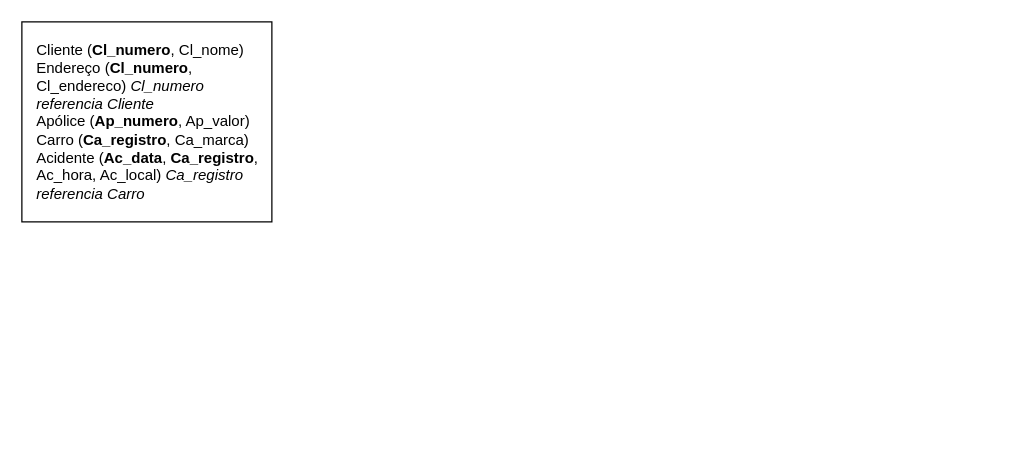
This is page "Ex-1-Lógico" (2 of 2) of Lista6_16-05/Lista6.drawio from andreeeeeeeee/Engenharia_Software, a draw.io file, before an edit. Source tidied: cells renumbered, new cells numbered last; positions are measured from the earlier drawing's top-left corner, leaving out a move shared by most shapes. Both pictures are drawn from the tidied source at 125%, with x=0, y=0 at pixel (21, 21).
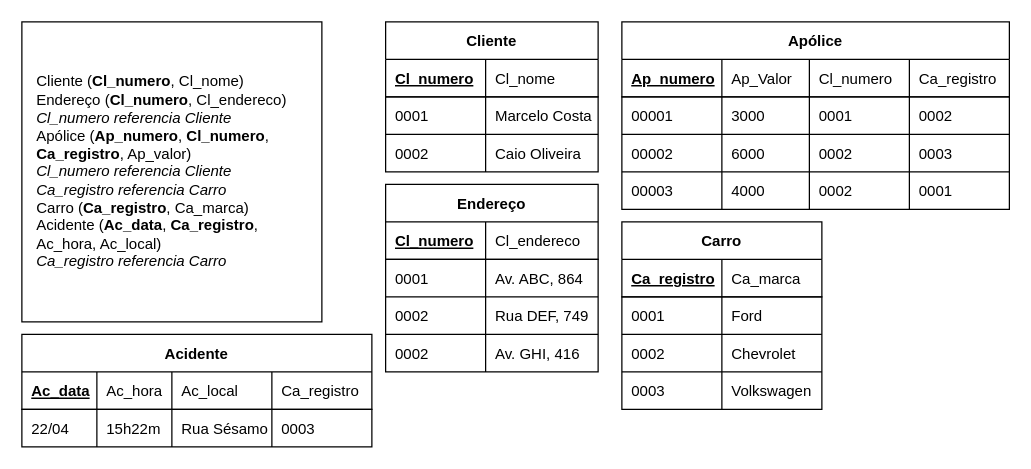
The same diagram, later.

Change to the diagram source:
```diff
@@
     <mxCell id="2" style="rounded=0;whiteSpace=wrap;html=1;" parent="1" vertex="1">
-      <mxGeometry width="200" height="160" as="geometry" />
+      <mxGeometry width="240" height="240" as="geometry" />
     </mxCell>
-    <mxCell id="3" value="&lt;div style=&quot;&quot;&gt;&lt;span style=&quot;background-color: initial;&quot;&gt;Cliente (&lt;b&gt;Cl_numero&lt;/b&gt;, Cl_nome)&lt;/span&gt;&lt;/div&gt;&lt;div style=&quot;&quot;&gt;&lt;span style=&quot;background-color: initial;&quot;&gt;Endereço (&lt;b&gt;Cl_numero&lt;/b&gt;, Cl_endereco) &lt;i&gt;Cl_numero referencia Cliente&lt;/i&gt;&lt;/span&gt;&lt;/div&gt;&lt;div style=&quot;&quot;&gt;&lt;span style=&quot;background-color: initial;&quot;&gt;Apólice (&lt;b&gt;Ap_numero&lt;/b&gt;, Ap_valor)&lt;/span&gt;&lt;/div&gt;&lt;div style=&quot;&quot;&gt;&lt;span style=&quot;background-color: initial;&quot;&gt;Carro (&lt;b&gt;Ca_registro&lt;/b&gt;, Ca_marca)&lt;/span&gt;&lt;/div&gt;&lt;div style=&quot;&quot;&gt;&lt;span style=&quot;background-color: initial;&quot;&gt;Acidente (&lt;b&gt;Ac_data&lt;/b&gt;, &lt;b&gt;Ca_registro&lt;/b&gt;, Ac_hora, Ac_local) &lt;i&gt;Ca_registro referencia Carro&lt;/i&gt;&lt;/span&gt;&lt;/div&gt;" style="text;html=1;strokeColor=none;fillColor=none;align=left;verticalAlign=middle;whiteSpace=wrap;rounded=0;" parent="1" vertex="1">
-      <mxGeometry x="10" y="10" width="180" height="140" as="geometry" />
+    <mxCell id="3" value="&lt;div style=&quot;&quot;&gt;&lt;span style=&quot;background-color: initial;&quot;&gt;Cliente (&lt;b&gt;Cl_numero&lt;/b&gt;, Cl_nome)&lt;/span&gt;&lt;/div&gt;&lt;div style=&quot;&quot;&gt;&lt;span style=&quot;background-color: initial;&quot;&gt;Endereço (&lt;b&gt;Cl_numero&lt;/b&gt;, Cl_endereco)&lt;/span&gt;&lt;/div&gt;&lt;div style=&quot;&quot;&gt;&lt;span style=&quot;background-color: initial;&quot;&gt;&lt;i&gt;Cl_numero referencia Cliente&lt;/i&gt;&lt;/span&gt;&lt;/div&gt;&lt;div style=&quot;&quot;&gt;&lt;span style=&quot;background-color: initial;&quot;&gt;Apólice (&lt;b&gt;Ap_numero&lt;/b&gt;, &lt;b&gt;Cl_numero&lt;/b&gt;, &lt;b&gt;Ca_registro&lt;/b&gt;, Ap_valor)&lt;/span&gt;&lt;/div&gt;&lt;div style=&quot;&quot;&gt;&lt;span style=&quot;background-color: initial;&quot;&gt;&lt;i&gt;Cl_numero referencia Cliente&lt;/i&gt;&lt;/span&gt;&lt;/div&gt;&lt;div style=&quot;&quot;&gt;&lt;span style=&quot;background-color: initial;&quot;&gt;&lt;i&gt;Ca_registro referencia Carro&lt;/i&gt;&lt;/span&gt;&lt;/div&gt;&lt;div style=&quot;&quot;&gt;&lt;span style=&quot;background-color: initial;&quot;&gt;Carro (&lt;b&gt;Ca_registro&lt;/b&gt;, Ca_marca)&lt;/span&gt;&lt;/div&gt;&lt;div style=&quot;&quot;&gt;&lt;span style=&quot;background-color: initial;&quot;&gt;Acidente (&lt;b&gt;Ac_data&lt;/b&gt;, &lt;b&gt;Ca_registro&lt;/b&gt;, Ac_hora, Ac_local)&lt;/span&gt;&lt;/div&gt;&lt;div style=&quot;&quot;&gt;&lt;span style=&quot;background-color: initial;&quot;&gt;&lt;i&gt;Ca_registro referencia Carro&lt;/i&gt;&lt;/span&gt;&lt;/div&gt;" style="text;html=1;strokeColor=none;fillColor=none;align=left;verticalAlign=middle;whiteSpace=wrap;rounded=0;" parent="1" vertex="1">
+      <mxGeometry x="10" y="10" width="220" height="220" as="geometry" />
     </mxCell>
+    <mxCell id="4" value="Cliente" style="shape=table;startSize=30;childLayout=tableLayout;rowLines=1;fontStyle=1;align=center;swimlaneLine=1;shadow=0;sketch=0;swimlaneFillColor=default;gradientColor=none;columnLines=1;" parent="1" vertex="1">
+      <mxGeometry x="291" width="170" height="120" as="geometry" />
+    </mxCell>
+    <mxCell id="5" style="shape=tableRow;horizontal=0;startSize=0;swimlaneHead=0;swimlaneBody=0;fillColor=none;top=0;left=0;right=0;bottom=1;" parent="4" vertex="1">
+      <mxGeometry y="30" width="170" height="30" as="geometry" />
+    </mxCell>
+    <mxCell id="6" value="Cl_numero" style="shape=partialRectangle;fillColor=none;top=0;left=0;bottom=0;right=0;align=left;spacingLeft=6;fontStyle=5;overflow=hidden;" parent="5" vertex="1">
+      <mxGeometry width="80" height="30" as="geometry" />
+    </mxCell>
+    <mxCell id="7" value="Cl_nome" style="shape=partialRectangle;fillColor=none;top=0;left=0;bottom=0;right=0;align=left;spacingLeft=6;fontStyle=0;overflow=hidden;" parent="5" vertex="1">
+      <mxGeometry x="80" width="90" height="30" as="geometry" />
+    </mxCell>
+    <mxCell id="8" style="shape=tableRow;horizontal=0;startSize=0;swimlaneHead=0;swimlaneBody=0;fillColor=none;top=0;left=0;right=0;bottom=0;" parent="4" vertex="1">
+      <mxGeometry y="60" width="170" height="30" as="geometry" />
+    </mxCell>
+    <mxCell id="9" value="0001" style="shape=partialRectangle;fillColor=none;top=0;left=0;bottom=0;right=0;align=left;spacingLeft=6;overflow=hidden;" parent="8" vertex="1">
+      <mxGeometry width="80" height="30" as="geometry" />
+    </mxCell>
+    <mxCell id="10" value="Marcelo Costa" style="shape=partialRectangle;fillColor=none;top=0;left=0;bottom=0;right=0;align=left;spacingLeft=6;overflow=hidden;" parent="8" vertex="1">
+      <mxGeometry x="80" width="90" height="30" as="geometry" />
+    </mxCell>
+    <mxCell id="11" style="shape=tableRow;horizontal=0;startSize=0;swimlaneHead=0;swimlaneBody=0;fillColor=none;top=0;left=0;right=0;bottom=0;" parent="4" vertex="1">
+      <mxGeometry y="90" width="170" height="30" as="geometry" />
+    </mxCell>
+    <mxCell id="12" value="0002" style="shape=partialRectangle;fillColor=none;top=0;left=0;bottom=0;right=0;align=left;spacingLeft=6;overflow=hidden;" parent="11" vertex="1">
+      <mxGeometry width="80" height="30" as="geometry" />
+    </mxCell>
+    <mxCell id="13" value="Caio Oliveira" style="shape=partialRectangle;fillColor=none;top=0;left=0;bottom=0;right=0;align=left;spacingLeft=6;overflow=hidden;" parent="11" vertex="1">
+      <mxGeometry x="80" width="90" height="30" as="geometry" />
+    </mxCell>
+    <mxCell id="14" value="Endereço" style="shape=table;startSize=30;childLayout=tableLayout;rowLines=1;fontStyle=1;align=center;swimlaneLine=1;shadow=0;sketch=0;swimlaneFillColor=default;gradientColor=none;columnLines=1;" parent="1" vertex="1">
+      <mxGeometry x="291" y="130" width="170" height="150" as="geometry" />
+    </mxCell>
+    <mxCell id="15" style="shape=tableRow;horizontal=0;startSize=0;swimlaneHead=0;swimlaneBody=0;fillColor=none;top=0;left=0;right=0;bottom=1;" parent="14" vertex="1">
+      <mxGeometry y="30" width="170" height="30" as="geometry" />
+    </mxCell>
+    <mxCell id="16" value="Cl_numero" style="shape=partialRectangle;fillColor=none;top=0;left=0;bottom=0;right=0;align=left;spacingLeft=6;fontStyle=5;overflow=hidden;" parent="15" vertex="1">
+      <mxGeometry width="80" height="30" as="geometry" />
+    </mxCell>
+    <mxCell id="17" value="Cl_endereco" style="shape=partialRectangle;fillColor=none;top=0;left=0;bottom=0;right=0;align=left;spacingLeft=6;fontStyle=0;overflow=hidden;" parent="15" vertex="1">
+      <mxGeometry x="80" width="90" height="30" as="geometry" />
+    </mxCell>
+    <mxCell id="18" style="shape=tableRow;horizontal=0;startSize=0;swimlaneHead=0;swimlaneBody=0;fillColor=none;top=0;left=0;right=0;bottom=0;" parent="14" vertex="1">
+      <mxGeometry y="60" width="170" height="30" as="geometry" />
+    </mxCell>
+    <mxCell id="19" value="0001" style="shape=partialRectangle;fillColor=none;top=0;left=0;bottom=0;right=0;align=left;spacingLeft=6;overflow=hidden;" parent="18" vertex="1">
+      <mxGeometry width="80" height="30" as="geometry" />
+    </mxCell>
+    <mxCell id="20" value="Av. ABC, 864" style="shape=partialRectangle;fillColor=none;top=0;left=0;bottom=0;right=0;align=left;spacingLeft=6;overflow=hidden;" parent="18" vertex="1">
+      <mxGeometry x="80" width="90" height="30" as="geometry" />
+    </mxCell>
+    <mxCell id="21" style="shape=tableRow;horizontal=0;startSize=0;swimlaneHead=0;swimlaneBody=0;fillColor=none;top=0;left=0;right=0;bottom=0;" parent="14" vertex="1">
+      <mxGeometry y="90" width="170" height="30" as="geometry" />
+    </mxCell>
+    <mxCell id="22" value="0002" style="shape=partialRectangle;fillColor=none;top=0;left=0;bottom=0;right=0;align=left;spacingLeft=6;overflow=hidden;" parent="21" vertex="1">
+      <mxGeometry width="80" height="30" as="geometry" />
+    </mxCell>
+    <mxCell id="23" value="Rua DEF, 749" style="shape=partialRectangle;fillColor=none;top=0;left=0;bottom=0;right=0;align=left;spacingLeft=6;overflow=hidden;" parent="21" vertex="1">
+      <mxGeometry x="80" width="90" height="30" as="geometry" />
+    </mxCell>
+    <mxCell id="24" style="shape=tableRow;horizontal=0;startSize=0;swimlaneHead=0;swimlaneBody=0;fillColor=none;top=0;left=0;right=0;bottom=0;" parent="14" vertex="1">
+      <mxGeometry y="120" width="170" height="30" as="geometry" />
+    </mxCell>
+    <mxCell id="25" value="0002" style="shape=partialRectangle;fillColor=none;top=0;left=0;bottom=0;right=0;align=left;spacingLeft=6;overflow=hidden;" parent="24" vertex="1">
+      <mxGeometry width="80" height="30" as="geometry" />
+    </mxCell>
+    <mxCell id="26" value="Av. GHI, 416" style="shape=partialRectangle;fillColor=none;top=0;left=0;bottom=0;right=0;align=left;spacingLeft=6;overflow=hidden;" parent="24" vertex="1">
+      <mxGeometry x="80" width="90" height="30" as="geometry" />
+    </mxCell>
+    <mxCell id="27" value="Apólice" style="shape=table;startSize=30;childLayout=tableLayout;rowLines=1;fontStyle=1;align=center;swimlaneLine=1;shadow=0;sketch=0;swimlaneFillColor=default;gradientColor=none;columnLines=1;" parent="1" vertex="1">
+      <mxGeometry x="480" width="310" height="150" as="geometry" />
+    </mxCell>
+    <mxCell id="28" style="shape=tableRow;horizontal=0;startSize=0;swimlaneHead=0;swimlaneBody=0;fillColor=none;top=0;left=0;right=0;bottom=1;" parent="27" vertex="1">
+      <mxGeometry y="30" width="310" height="30" as="geometry" />
+    </mxCell>
+    <mxCell id="29" value="Ap_numero" style="shape=partialRectangle;fillColor=none;top=0;left=0;bottom=0;right=0;align=left;spacingLeft=6;fontStyle=5;overflow=hidden;" parent="28" vertex="1">
+      <mxGeometry width="80" height="30" as="geometry" />
+    </mxCell>
+    <mxCell id="30" value="Ap_Valor" style="shape=partialRectangle;fillColor=none;top=0;left=0;bottom=0;right=0;align=left;spacingLeft=6;fontStyle=0;overflow=hidden;" parent="28" vertex="1">
+      <mxGeometry x="80" width="70" height="30" as="geometry" />
+    </mxCell>
+    <mxCell id="31" value="Cl_numero" style="shape=partialRectangle;fillColor=none;top=0;left=0;bottom=0;right=0;align=left;spacingLeft=6;fontStyle=0;overflow=hidden;" parent="28" vertex="1">
+      <mxGeometry x="150" width="80" height="30" as="geometry" />
+    </mxCell>
+    <mxCell id="32" value="Ca_registro" style="shape=partialRectangle;fillColor=none;top=0;left=0;bottom=0;right=0;align=left;spacingLeft=6;fontStyle=0;overflow=hidden;" parent="28" vertex="1">
+      <mxGeometry x="230" width="80" height="30" as="geometry" />
+    </mxCell>
+    <mxCell id="33" style="shape=tableRow;horizontal=0;startSize=0;swimlaneHead=0;swimlaneBody=0;fillColor=none;top=0;left=0;right=0;bottom=0;" parent="27" vertex="1">
+      <mxGeometry y="60" width="310" height="30" as="geometry" />
+    </mxCell>
+    <mxCell id="34" value="00001" style="shape=partialRectangle;fillColor=none;top=0;left=0;bottom=0;right=0;align=left;spacingLeft=6;overflow=hidden;" parent="33" vertex="1">
+      <mxGeometry width="80" height="30" as="geometry" />
+    </mxCell>
+    <mxCell id="35" value="3000" style="shape=partialRectangle;fillColor=none;top=0;left=0;bottom=0;right=0;align=left;spacingLeft=6;overflow=hidden;" parent="33" vertex="1">
+      <mxGeometry x="80" width="70" height="30" as="geometry" />
+    </mxCell>
+    <mxCell id="36" value="0001" style="shape=partialRectangle;fillColor=none;top=0;left=0;bottom=0;right=0;align=left;spacingLeft=6;overflow=hidden;" parent="33" vertex="1">
+      <mxGeometry x="150" width="80" height="30" as="geometry" />
+    </mxCell>
+    <mxCell id="37" value="0002" style="shape=partialRectangle;fillColor=none;top=0;left=0;bottom=0;right=0;align=left;spacingLeft=6;overflow=hidden;" parent="33" vertex="1">
+      <mxGeometry x="230" width="80" height="30" as="geometry" />
+    </mxCell>
+    <mxCell id="38" style="shape=tableRow;horizontal=0;startSize=0;swimlaneHead=0;swimlaneBody=0;fillColor=none;top=0;left=0;right=0;bottom=0;" parent="27" vertex="1">
+      <mxGeometry y="90" width="310" height="30" as="geometry" />
+    </mxCell>
+    <mxCell id="39" value="00002" style="shape=partialRectangle;fillColor=none;top=0;left=0;bottom=0;right=0;align=left;spacingLeft=6;overflow=hidden;" parent="38" vertex="1">
+      <mxGeometry width="80" height="30" as="geometry" />
+    </mxCell>
+    <mxCell id="40" value="6000" style="shape=partialRectangle;fillColor=none;top=0;left=0;bottom=0;right=0;align=left;spacingLeft=6;overflow=hidden;" parent="38" vertex="1">
+      <mxGeometry x="80" width="70" height="30" as="geometry" />
+    </mxCell>
+    <mxCell id="41" value="0002" style="shape=partialRectangle;fillColor=none;top=0;left=0;bottom=0;right=0;align=left;spacingLeft=6;overflow=hidden;" parent="38" vertex="1">
+      <mxGeometry x="150" width="80" height="30" as="geometry" />
+    </mxCell>
+    <mxCell id="42" value="0003" style="shape=partialRectangle;fillColor=none;top=0;left=0;bottom=0;right=0;align=left;spacingLeft=6;overflow=hidden;" parent="38" vertex="1">
+      <mxGeometry x="230" width="80" height="30" as="geometry" />
+    </mxCell>
+    <mxCell id="43" style="shape=tableRow;horizontal=0;startSize=0;swimlaneHead=0;swimlaneBody=0;fillColor=none;top=0;left=0;right=0;bottom=0;" parent="27" vertex="1">
+      <mxGeometry y="120" width="310" height="30" as="geometry" />
+    </mxCell>
+    <mxCell id="44" value="00003" style="shape=partialRectangle;fillColor=none;top=0;left=0;bottom=0;right=0;align=left;spacingLeft=6;overflow=hidden;" parent="43" vertex="1">
+      <mxGeometry width="80" height="30" as="geometry" />
+    </mxCell>
+    <mxCell id="45" value="4000" style="shape=partialRectangle;fillColor=none;top=0;left=0;bottom=0;right=0;align=left;spacingLeft=6;overflow=hidden;" parent="43" vertex="1">
+      <mxGeometry x="80" width="70" height="30" as="geometry" />
+    </mxCell>
+    <mxCell id="46" value="0002" style="shape=partialRectangle;fillColor=none;top=0;left=0;bottom=0;right=0;align=left;spacingLeft=6;overflow=hidden;" parent="43" vertex="1">
+      <mxGeometry x="150" width="80" height="30" as="geometry" />
+    </mxCell>
+    <mxCell id="47" value="0001" style="shape=partialRectangle;fillColor=none;top=0;left=0;bottom=0;right=0;align=left;spacingLeft=6;overflow=hidden;" parent="43" vertex="1">
+      <mxGeometry x="230" width="80" height="30" as="geometry" />
+    </mxCell>
+    <mxCell id="48" value="Carro" style="shape=table;startSize=30;childLayout=tableLayout;rowLines=1;fontStyle=1;align=center;swimlaneLine=1;shadow=0;sketch=0;swimlaneFillColor=default;gradientColor=none;columnLines=1;" parent="1" vertex="1">
+      <mxGeometry x="480" y="160" width="160" height="150" as="geometry" />
+    </mxCell>
+    <mxCell id="49" style="shape=tableRow;horizontal=0;startSize=0;swimlaneHead=0;swimlaneBody=0;fillColor=none;top=0;left=0;right=0;bottom=1;" parent="48" vertex="1">
+      <mxGeometry y="30" width="160" height="30" as="geometry" />
+    </mxCell>
+    <mxCell id="50" value="Ca_registro" style="shape=partialRectangle;fillColor=none;top=0;left=0;bottom=0;right=0;align=left;spacingLeft=6;fontStyle=5;overflow=hidden;" parent="49" vertex="1">
+      <mxGeometry width="80" height="30" as="geometry" />
+    </mxCell>
+    <mxCell id="51" value="Ca_marca" style="shape=partialRectangle;fillColor=none;top=0;left=0;bottom=0;right=0;align=left;spacingLeft=6;fontStyle=0;overflow=hidden;" parent="49" vertex="1">
+      <mxGeometry x="80" width="80" height="30" as="geometry" />
+    </mxCell>
+    <mxCell id="52" style="shape=tableRow;horizontal=0;startSize=0;swimlaneHead=0;swimlaneBody=0;fillColor=none;top=0;left=0;right=0;bottom=0;" parent="48" vertex="1">
+      <mxGeometry y="60" width="160" height="30" as="geometry" />
+    </mxCell>
+    <mxCell id="53" value="0001" style="shape=partialRectangle;fillColor=none;top=0;left=0;bottom=0;right=0;align=left;spacingLeft=6;overflow=hidden;" parent="52" vertex="1">
+      <mxGeometry width="80" height="30" as="geometry" />
+    </mxCell>
+    <mxCell id="54" value="Ford" style="shape=partialRectangle;fillColor=none;top=0;left=0;bottom=0;right=0;align=left;spacingLeft=6;overflow=hidden;" parent="52" vertex="1">
+      <mxGeometry x="80" width="80" height="30" as="geometry" />
+    </mxCell>
+    <mxCell id="55" style="shape=tableRow;horizontal=0;startSize=0;swimlaneHead=0;swimlaneBody=0;fillColor=none;top=0;left=0;right=0;bottom=0;" parent="48" vertex="1">
+      <mxGeometry y="90" width="160" height="30" as="geometry" />
+    </mxCell>
+    <mxCell id="56" value="0002" style="shape=partialRectangle;fillColor=none;top=0;left=0;bottom=0;right=0;align=left;spacingLeft=6;overflow=hidden;" parent="55" vertex="1">
+      <mxGeometry width="80" height="30" as="geometry" />
+    </mxCell>
+    <mxCell id="57" value="Chevrolet" style="shape=partialRectangle;fillColor=none;top=0;left=0;bottom=0;right=0;align=left;spacingLeft=6;overflow=hidden;" parent="55" vertex="1">
+      <mxGeometry x="80" width="80" height="30" as="geometry" />
+    </mxCell>
+    <mxCell id="58" style="shape=tableRow;horizontal=0;startSize=0;swimlaneHead=0;swimlaneBody=0;fillColor=none;top=0;left=0;right=0;bottom=0;" parent="48" vertex="1">
+      <mxGeometry y="120" width="160" height="30" as="geometry" />
+    </mxCell>
+    <mxCell id="59" value="0003" style="shape=partialRectangle;fillColor=none;top=0;left=0;bottom=0;right=0;align=left;spacingLeft=6;overflow=hidden;" parent="58" vertex="1">
+      <mxGeometry width="80" height="30" as="geometry" />
+    </mxCell>
+    <mxCell id="60" value="Volkswagen" style="shape=partialRectangle;fillColor=none;top=0;left=0;bottom=0;right=0;align=left;spacingLeft=6;overflow=hidden;" parent="58" vertex="1">
+      <mxGeometry x="80" width="80" height="30" as="geometry" />
+    </mxCell>
+    <mxCell id="61" value="Acidente" style="shape=table;startSize=30;childLayout=tableLayout;rowLines=1;fontStyle=1;align=center;swimlaneLine=1;shadow=0;sketch=0;swimlaneFillColor=default;gradientColor=none;columnLines=1;" parent="1" vertex="1">
+      <mxGeometry y="250" width="280" height="90" as="geometry" />
+    </mxCell>
+    <mxCell id="62" style="shape=tableRow;horizontal=0;startSize=0;swimlaneHead=0;swimlaneBody=0;fillColor=none;top=0;left=0;right=0;bottom=1;" parent="61" vertex="1">
+      <mxGeometry y="30" width="280" height="30" as="geometry" />
+    </mxCell>
+    <mxCell id="63" value="Ac_data" style="shape=partialRectangle;fillColor=none;top=0;left=0;bottom=0;right=0;align=left;spacingLeft=6;fontStyle=5;overflow=hidden;" parent="62" vertex="1">
+      <mxGeometry width="60" height="30" as="geometry" />
+    </mxCell>
+    <mxCell id="64" value="Ac_hora" style="shape=partialRectangle;fillColor=none;top=0;left=0;bottom=0;right=0;align=left;spacingLeft=6;fontStyle=0;overflow=hidden;" parent="62" vertex="1">
+      <mxGeometry x="60" width="60" height="30" as="geometry" />
+    </mxCell>
+    <mxCell id="65" value="Ac_local" style="shape=partialRectangle;fillColor=none;top=0;left=0;bottom=0;right=0;align=left;spacingLeft=6;fontStyle=0;overflow=hidden;" parent="62" vertex="1">
+      <mxGeometry x="120" width="80" height="30" as="geometry" />
+    </mxCell>
+    <mxCell id="66" value="Ca_registro" style="shape=partialRectangle;fillColor=none;top=0;left=0;bottom=0;right=0;align=left;spacingLeft=6;fontStyle=0;overflow=hidden;" parent="62" vertex="1">
+      <mxGeometry x="200" width="80" height="30" as="geometry" />
+    </mxCell>
+    <mxCell id="67" style="shape=tableRow;horizontal=0;startSize=0;swimlaneHead=0;swimlaneBody=0;fillColor=none;top=0;left=0;right=0;bottom=0;" parent="61" vertex="1">
+      <mxGeometry y="60" width="280" height="30" as="geometry" />
+    </mxCell>
+    <mxCell id="68" value="22/04" style="shape=partialRectangle;fillColor=none;top=0;left=0;bottom=0;right=0;align=left;spacingLeft=6;overflow=hidden;" parent="67" vertex="1">
+      <mxGeometry width="60" height="30" as="geometry" />
+    </mxCell>
+    <mxCell id="69" value="15h22m" style="shape=partialRectangle;fillColor=none;top=0;left=0;bottom=0;right=0;align=left;spacingLeft=6;overflow=hidden;" parent="67" vertex="1">
+      <mxGeometry x="60" width="60" height="30" as="geometry" />
+    </mxCell>
+    <mxCell id="70" value="Rua Sésamo" style="shape=partialRectangle;fillColor=none;top=0;left=0;bottom=0;right=0;align=left;spacingLeft=6;overflow=hidden;" parent="67" vertex="1">
+      <mxGeometry x="120" width="80" height="30" as="geometry" />
+    </mxCell>
+    <mxCell id="71" value="0003" style="shape=partialRectangle;fillColor=none;top=0;left=0;bottom=0;right=0;align=left;spacingLeft=6;overflow=hidden;" parent="67" vertex="1">
+      <mxGeometry x="200" width="80" height="30" as="geometry" />
+    </mxCell>
```
